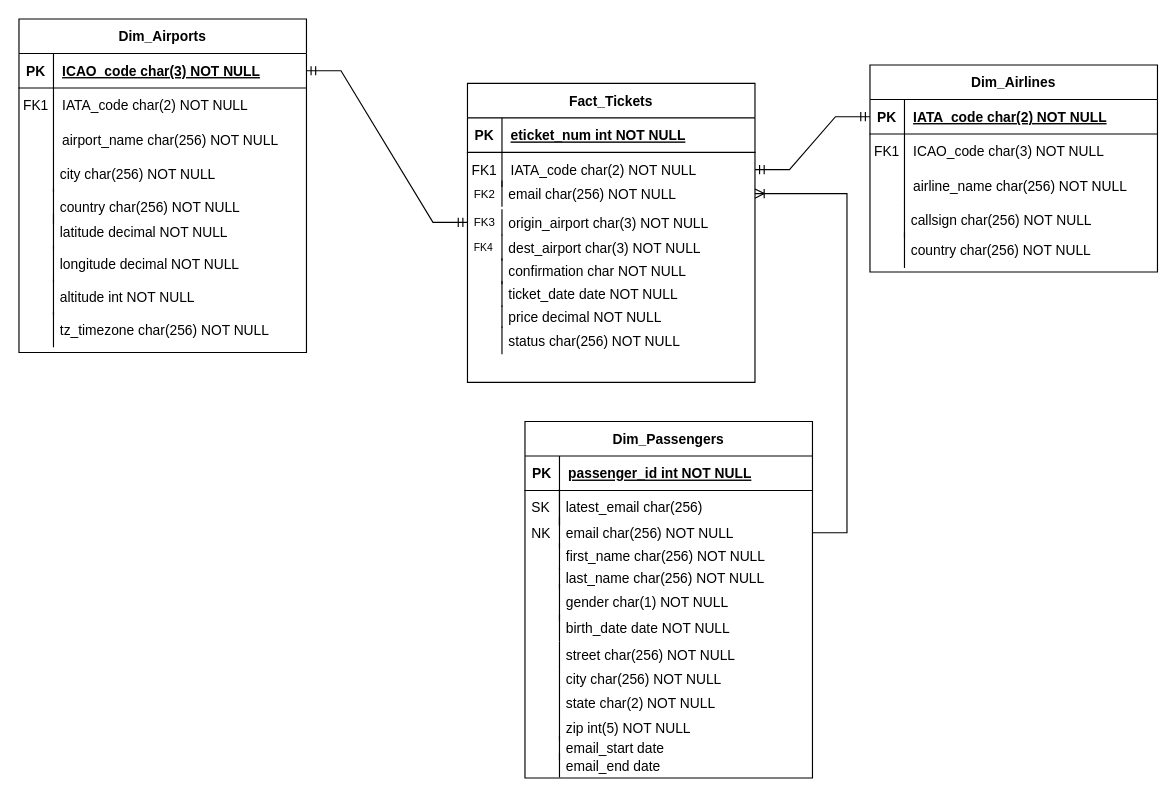
The draw.io diagram CodeReview8_data_model.drawio in nbanks062523/BootcampCodeReview8, before the edit. Source tidied: cells renumbered, new cells numbered last; positions are measured from the earlier drawing's top-left corner, leaving out a move shared by most shapes. Both pictures are drawn from the tidied source at 115%, with x=0, y=0 at pixel (18, 18).
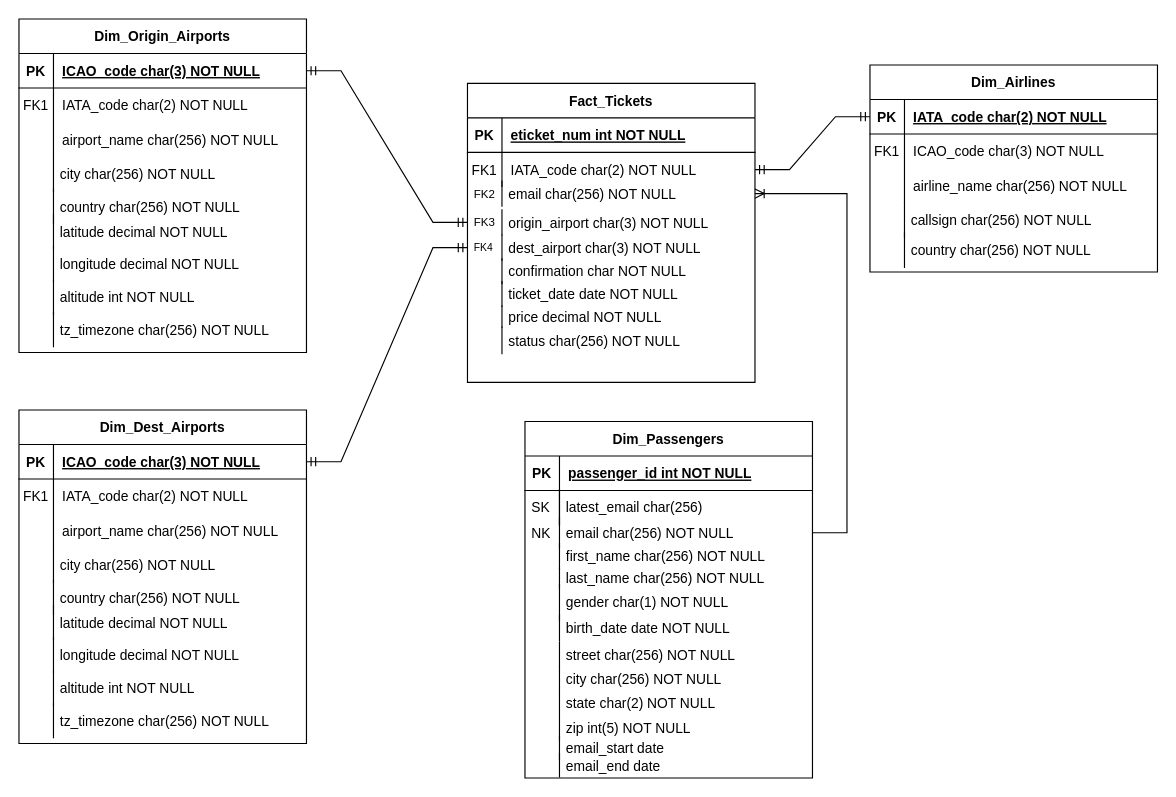
After the change.

Unchanged cells that the change refers to:
```xml
<mxCell id="15" style="group;" parent="12" vertex="1">
  <mxGeometry width="250" height="290" as="geometry" />
</mxCell>
<mxCell id="50" value="dest_airport char(3) NOT NULL" style="shape=partialRectangle;fillColor=none;align=left;verticalAlign=middle;strokeColor=none;spacingLeft=34;points=[[0,0.5],[1,0.5]];portConstraint=eastwest;" parent="47" vertex="1">
  <mxGeometry y="138" width="250" height="21.7" as="geometry" />
</mxCell>
```

Diff of the diagram source:
```diff
@@
-    <mxCell id="16" value="Dim_Airports" style="shape=table;startSize=30;childLayout=tableLayout;rowLines=0;fontStyle=1;align=center;" parent="15" vertex="1">
+    <mxCell id="16" value="Dim_Origin_Airports" style="shape=table;startSize=30;childLayout=tableLayout;rowLines=0;fontStyle=1;align=center;" parent="15" vertex="1">
       <mxGeometry width="250" height="290" as="geometry" />
     </mxCell>
@@
+    <mxCell id="101" style="group;" parent="1" vertex="1">
+      <mxGeometry y="340" width="250" height="290" as="geometry" />
+    </mxCell>
+    <mxCell id="102" value="country char(256) NOT NULL" style="shape=partialRectangle;fillColor=none;align=left;verticalAlign=middle;strokeColor=none;spacingLeft=34;" parent="101" vertex="1">
+      <mxGeometry y="148" width="250" height="30" as="geometry" />
+    </mxCell>
+    <mxCell id="103" style="shape=partialRectangle;top=0;left=0;bottom=0;fillColor=none;stokeWidth=1;align=left;verticalAlign=middle;spacingLeft=4;spacingRight=4;overflow=hidden;" parent="102" vertex="1">
+      <mxGeometry width="30" height="30" as="geometry" />
+    </mxCell>
+    <mxCell id="104" value="latitude decimal NOT NULL" style="shape=partialRectangle;fillColor=none;align=left;verticalAlign=middle;strokeColor=none;spacingLeft=34;" parent="101" vertex="1">
+      <mxGeometry y="170" width="250" height="30" as="geometry" />
+    </mxCell>
+    <mxCell id="105" style="shape=partialRectangle;top=0;left=0;bottom=0;fillColor=none;stokeWidth=1;align=left;verticalAlign=middle;spacingLeft=4;spacingRight=4;overflow=hidden;" parent="104" vertex="1">
+      <mxGeometry width="30" height="30" as="geometry" />
+    </mxCell>
+    <mxCell id="106" value="tz_timezone char(256) NOT NULL" style="shape=partialRectangle;fillColor=none;align=left;verticalAlign=middle;strokeColor=none;spacingLeft=34;" parent="101" vertex="1">
+      <mxGeometry y="255" width="250" height="30" as="geometry" />
+    </mxCell>
+    <mxCell id="107" style="shape=partialRectangle;top=0;left=0;bottom=0;fillColor=none;stokeWidth=1;align=left;verticalAlign=middle;spacingLeft=4;spacingRight=4;overflow=hidden;" parent="106" vertex="1">
+      <mxGeometry width="30" height="30" as="geometry" />
+    </mxCell>
+    <mxCell id="108" style="group;" parent="101" vertex="1">
+      <mxGeometry width="250" height="290" as="geometry" />
+    </mxCell>
+    <mxCell id="109" value="altitude int NOT NULL" style="shape=partialRectangle;fillColor=none;align=left;verticalAlign=middle;strokeColor=none;spacingLeft=34;" parent="108" vertex="1">
+      <mxGeometry y="227" width="250" height="30" as="geometry" />
+    </mxCell>
+    <mxCell id="110" style="shape=partialRectangle;top=0;left=0;bottom=0;fillColor=none;stokeWidth=1;align=left;verticalAlign=middle;spacingLeft=4;spacingRight=4;overflow=hidden;" parent="109" vertex="1">
+      <mxGeometry width="30" height="30" as="geometry" />
+    </mxCell>
+    <mxCell id="111" style="group;" parent="108" vertex="1">
+      <mxGeometry width="250" height="290" as="geometry" />
+    </mxCell>
+    <mxCell id="112" value="longitude decimal NOT NULL" style="shape=partialRectangle;fillColor=none;align=left;verticalAlign=middle;strokeColor=none;spacingLeft=34;" parent="111" vertex="1">
+      <mxGeometry y="198" width="250" height="30" as="geometry" />
+    </mxCell>
+    <mxCell id="113" style="shape=partialRectangle;top=0;left=0;bottom=0;fillColor=none;stokeWidth=1;align=left;verticalAlign=middle;spacingLeft=4;spacingRight=4;overflow=hidden;" parent="112" vertex="1">
+      <mxGeometry width="30" height="30" as="geometry" />
+    </mxCell>
+    <mxCell id="114" style="group;" parent="111" vertex="1">
+      <mxGeometry width="250" height="290" as="geometry" />
+    </mxCell>
+    <mxCell id="115" value="Dim_Dest_Airports" style="shape=table;startSize=30;childLayout=tableLayout;rowLines=0;fontStyle=1;align=center;" parent="114" vertex="1">
+      <mxGeometry width="250" height="290" as="geometry" />
+    </mxCell>
+    <mxCell id="116" style="shape=partialRectangle;fillColor=none;points=[[0,0.5],[1,0.5]];portConstraint=eastwest;top=0;left=0;right=0;bottom=1;" parent="115" vertex="1">
+      <mxGeometry y="30" width="250" height="30" as="geometry" />
+    </mxCell>
+    <mxCell id="117" value="PK" style="shape=partialRectangle;overflow=hidden;fillColor=none;top=0;left=0;bottom=0;right=0;fontStyle=1;" parent="116" vertex="1">
+      <mxGeometry width="30" height="30" as="geometry" />
+    </mxCell>
+    <mxCell id="118" value="ICAO_code char(3) NOT NULL " style="shape=partialRectangle;overflow=hidden;fillColor=none;top=0;left=0;bottom=0;right=0;align=left;spacingLeft=6;fontStyle=5;" parent="116" vertex="1">
+      <mxGeometry x="30" width="220" height="30" as="geometry" />
+    </mxCell>
+    <mxCell id="119" style="shape=partialRectangle;fillColor=none;top=0;left=0;right=0;bottom=0;" parent="115" vertex="1">
+      <mxGeometry y="60" width="250" height="30" as="geometry" />
+    </mxCell>
+    <mxCell id="120" value="FK1" style="shape=partialRectangle;overflow=hidden;fillColor=none;top=0;left=0;bottom=0;right=0;" parent="119" vertex="1">
+      <mxGeometry width="30" height="30" as="geometry" />
+    </mxCell>
+    <mxCell id="121" value="IATA_code char(2) NOT NULL" style="shape=partialRectangle;overflow=hidden;fillColor=none;top=0;left=0;bottom=0;right=0;align=left;spacingLeft=6;" parent="119" vertex="1">
+      <mxGeometry x="30" width="220" height="30" as="geometry" />
+    </mxCell>
+    <mxCell id="122" style="shape=partialRectangle;fillColor=none;top=0;left=0;right=0;bottom=0;" parent="115" vertex="1">
+      <mxGeometry y="90" width="250" height="30" as="geometry" />
+    </mxCell>
+    <mxCell id="123" style="shape=partialRectangle;overflow=hidden;fillColor=none;top=0;left=0;bottom=0;right=0;" parent="122" vertex="1">
+      <mxGeometry width="30" height="30" as="geometry" />
+    </mxCell>
+    <mxCell id="124" value="airport_name char(256) NOT NULL" style="shape=partialRectangle;overflow=hidden;fillColor=none;top=0;left=0;bottom=0;right=0;align=left;spacingLeft=6;" parent="122" vertex="1">
+      <mxGeometry x="30" width="220" height="30" as="geometry" />
+    </mxCell>
+    <mxCell id="125" value="city char(256) NOT NULL" style="shape=partialRectangle;fillColor=none;align=left;verticalAlign=middle;strokeColor=none;spacingLeft=34;" parent="114" vertex="1">
+      <mxGeometry y="120" width="250" height="30" as="geometry" />
+    </mxCell>
+    <mxCell id="126" style="shape=partialRectangle;top=0;left=0;bottom=0;fillColor=none;stokeWidth=1;align=left;verticalAlign=middle;spacingLeft=4;spacingRight=4;overflow=hidden;" parent="125" vertex="1">
+      <mxGeometry width="30" height="30" as="geometry" />
+    </mxCell>
+    <mxCell id="127" style="edgeStyle=entityRelationEdgeStyle;fontSize=12;html=1;endArrow=ERmandOne;startArrow=ERmandOne;rounded=0;" parent="1" edge="1" source="116" target="50">
+      <mxGeometry relative="1" as="geometry" />
+    </mxCell>
```
